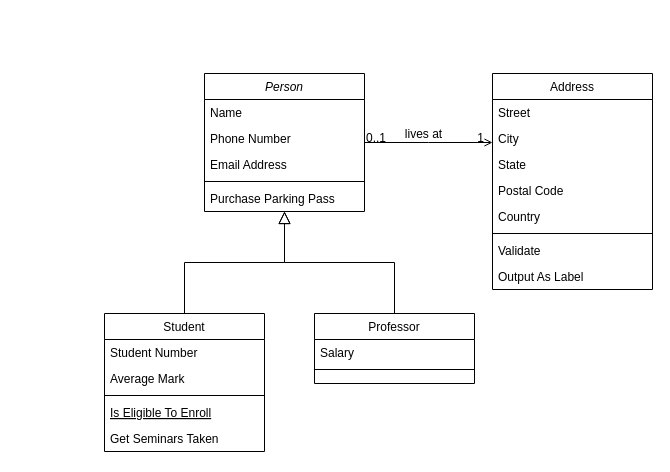
This is Milestone2.drawio from GitLlamma/UML_Diagrams, a draw.io file, before an edit. Source tidied: cells renumbered, new cells numbered last; positions are measured from the earlier drawing's top-left corner, leaving out a move shared by most shapes. Both pictures are drawn from the tidied source at 100%, with x=0, y=0 at pixel (104, 73).
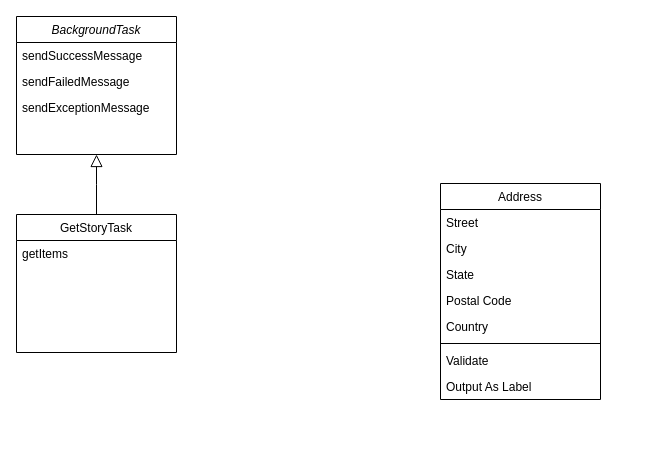
The same diagram, later.

Diff of the diagram source:
```diff
@@
-    <mxCell id="2" value="Person" style="swimlane;fontStyle=2;align=center;verticalAlign=top;horizontal=1;startSize=26;rounded=0;shadow=0;strokeWidth=1;" parent="1" vertex="1">
-      <mxGeometry x="100" width="160" height="138" as="geometry" />
+    <mxCell id="2" value="BackgroundTask" style="swimlane;fontStyle=2;align=center;verticalAlign=top;horizontal=1;startSize=26;rounded=0;shadow=0;strokeWidth=1;" parent="1" vertex="1">
+      <mxGeometry x="-88" y="-57" width="160" height="138" as="geometry" />
     </mxCell>
-    <mxCell id="3" value="Name" style="text;align=left;verticalAlign=top;spacingLeft=4;spacingRight=4;overflow=hidden;" parent="2" vertex="1">
+    <mxCell id="3" value="sendSuccessMessage" style="text;align=left;verticalAlign=top;spacingLeft=4;spacingRight=4;overflow=hidden;" parent="2" vertex="1">
       <mxGeometry y="26" width="160" height="26" as="geometry" />
     </mxCell>
-    <mxCell id="4" value="Phone Number" style="text;align=left;verticalAlign=top;spacingLeft=4;spacingRight=4;overflow=hidden;rounded=0;shadow=0;html=0;" parent="2" vertex="1">
+    <mxCell id="4" value="sendFailedMessage" style="text;align=left;verticalAlign=top;spacingLeft=4;spacingRight=4;overflow=hidden;rounded=0;shadow=0;html=0;" parent="2" vertex="1">
       <mxGeometry y="52" width="160" height="26" as="geometry" />
     </mxCell>
-    <mxCell id="5" value="Email Address" style="text;align=left;verticalAlign=top;spacingLeft=4;spacingRight=4;overflow=hidden;rounded=0;shadow=0;html=0;" parent="2" vertex="1">
+    <mxCell id="5" value="sendExceptionMessage" style="text;align=left;verticalAlign=top;spacingLeft=4;spacingRight=4;overflow=hidden;rounded=0;shadow=0;html=0;" parent="2" vertex="1">
       <mxGeometry y="78" width="160" height="26" as="geometry" />
     </mxCell>
-    <mxCell id="6" style="line;html=1;strokeWidth=1;align=left;verticalAlign=middle;spacingTop=-1;spacingLeft=3;spacingRight=3;labelPosition=right;" parent="2" vertex="1">
-      <mxGeometry y="104" width="160" height="8" as="geometry" />
-    </mxCell>
-    <mxCell id="7" value="Purchase Parking Pass" style="text;align=left;verticalAlign=top;spacingLeft=4;spacingRight=4;overflow=hidden;" parent="2" vertex="1">
-      <mxGeometry y="112" width="160" height="26" as="geometry" />
-    </mxCell>
-    <mxCell id="8" value="Student" style="swimlane;fontStyle=0;align=center;verticalAlign=top;horizontal=1;startSize=26;rounded=0;shadow=0;strokeWidth=1;" parent="1" vertex="1">
-      <mxGeometry y="240" width="160" height="138" as="geometry" />
+    <mxCell id="8" value="GetStoryTask" style="swimlane;fontStyle=0;align=center;verticalAlign=top;horizontal=1;startSize=26;rounded=0;shadow=0;strokeWidth=1;" parent="1" vertex="1">
+      <mxGeometry x="-88" y="141" width="160" height="138" as="geometry" />
     </mxCell>
-    <mxCell id="9" value="Student Number" style="text;align=left;verticalAlign=top;spacingLeft=4;spacingRight=4;overflow=hidden;" parent="8" vertex="1">
-      <mxGeometry y="26" width="160" height="26" as="geometry" />
-    </mxCell>
-    <mxCell id="10" value="Average Mark" style="text;align=left;verticalAlign=top;spacingLeft=4;spacingRight=4;overflow=hidden;rounded=0;shadow=0;html=0;" parent="8" vertex="1">
-      <mxGeometry y="52" width="160" height="26" as="geometry" />
-    </mxCell>
-    <mxCell id="11" style="line;html=1;strokeWidth=1;align=left;verticalAlign=middle;spacingTop=-1;spacingLeft=3;spacingRight=3;labelPosition=right;" parent="8" vertex="1">
-      <mxGeometry y="78" width="160" height="8" as="geometry" />
-    </mxCell>
-    <mxCell id="12" value="Is Eligible To Enroll" style="text;align=left;verticalAlign=top;spacingLeft=4;spacingRight=4;overflow=hidden;fontStyle=4;" parent="8" vertex="1">
-      <mxGeometry y="86" width="160" height="26" as="geometry" />
-    </mxCell>
-    <mxCell id="13" value="Get Seminars Taken" style="text;align=left;verticalAlign=top;spacingLeft=4;spacingRight=4;overflow=hidden;" parent="8" vertex="1">
-      <mxGeometry y="112" width="160" height="26" as="geometry" />
+    <mxCell id="13" value="getItems" style="text;align=left;verticalAlign=top;spacingLeft=4;spacingRight=4;overflow=hidden;" parent="8" vertex="1">
+      <mxGeometry y="26" width="160" height="26" as="geometry" />
     </mxCell>
@@
-    <mxCell id="15" value="Professor" style="swimlane;fontStyle=0;align=center;verticalAlign=top;horizontal=1;startSize=26;rounded=0;shadow=0;strokeWidth=1;" parent="1" vertex="1">
-      <mxGeometry x="210" y="240" width="160" height="70" as="geometry" />
-    </mxCell>
-    <mxCell id="16" value="Salary" style="text;align=left;verticalAlign=top;spacingLeft=4;spacingRight=4;overflow=hidden;" parent="15" vertex="1">
-      <mxGeometry y="26" width="160" height="26" as="geometry" />
-    </mxCell>
-    <mxCell id="17" style="line;html=1;strokeWidth=1;align=left;verticalAlign=middle;spacingTop=-1;spacingLeft=3;spacingRight=3;labelPosition=right;" parent="15" vertex="1">
-      <mxGeometry y="52" width="160" height="8" as="geometry" />
-    </mxCell>
-    <mxCell id="18" style="endArrow=block;endSize=10;endFill=0;shadow=0;strokeWidth=1;rounded=0;edgeStyle=elbowEdgeStyle;elbow=vertical;" parent="1" edge="1" source="15" target="2">
-      <mxGeometry relative="1" as="geometry" />
-    </mxCell>
     <mxCell id="19" value="Address" style="swimlane;fontStyle=0;align=center;verticalAlign=top;horizontal=1;startSize=26;rounded=0;shadow=0;strokeWidth=1;" parent="1" vertex="1">
-      <mxGeometry x="388" width="160" height="216" as="geometry" />
+      <mxGeometry x="336" y="110" width="160" height="216" as="geometry" />
     </mxCell>
@@
-    <mxCell id="28" style="endArrow=open;shadow=0;strokeWidth=1;rounded=0;endFill=1;edgeStyle=elbowEdgeStyle;elbow=vertical;" parent="1" edge="1" source="2" target="19">
-      <mxGeometry x="0.5" y="41" relative="1" as="geometry">
-        <mxPoint x="-40" y="32" as="offset" />
-      </mxGeometry>
-    </mxCell>
-    <mxCell id="29" value="0..1" style="align=left;verticalAlign=bottom;labelBackgroundColor=none;fontSize=12;" parent="28" vertex="1">
-      <mxGeometry x="-1" relative="1" as="geometry">
-        <mxPoint y="4" as="offset" />
-      </mxGeometry>
-    </mxCell>
-    <mxCell id="30" value="1" style="align=right;verticalAlign=bottom;labelBackgroundColor=none;fontSize=12;" parent="28" vertex="1">
-      <mxGeometry x="1" relative="1" as="geometry">
-        <mxPoint x="-7" y="4" as="offset" />
-      </mxGeometry>
-    </mxCell>
-    <mxCell id="31" value="lives at" style="text;html=1;align=center;verticalAlign=middle;labelBackgroundColor=none;rounded=0;shadow=0;strokeWidth=1;fontSize=12;" parent="28" vertex="1">
-      <mxGeometry x="0.5" y="49" relative="1" as="geometry">
-        <mxPoint x="-38" y="40" as="offset" />
-      </mxGeometry>
-    </mxCell>
```
